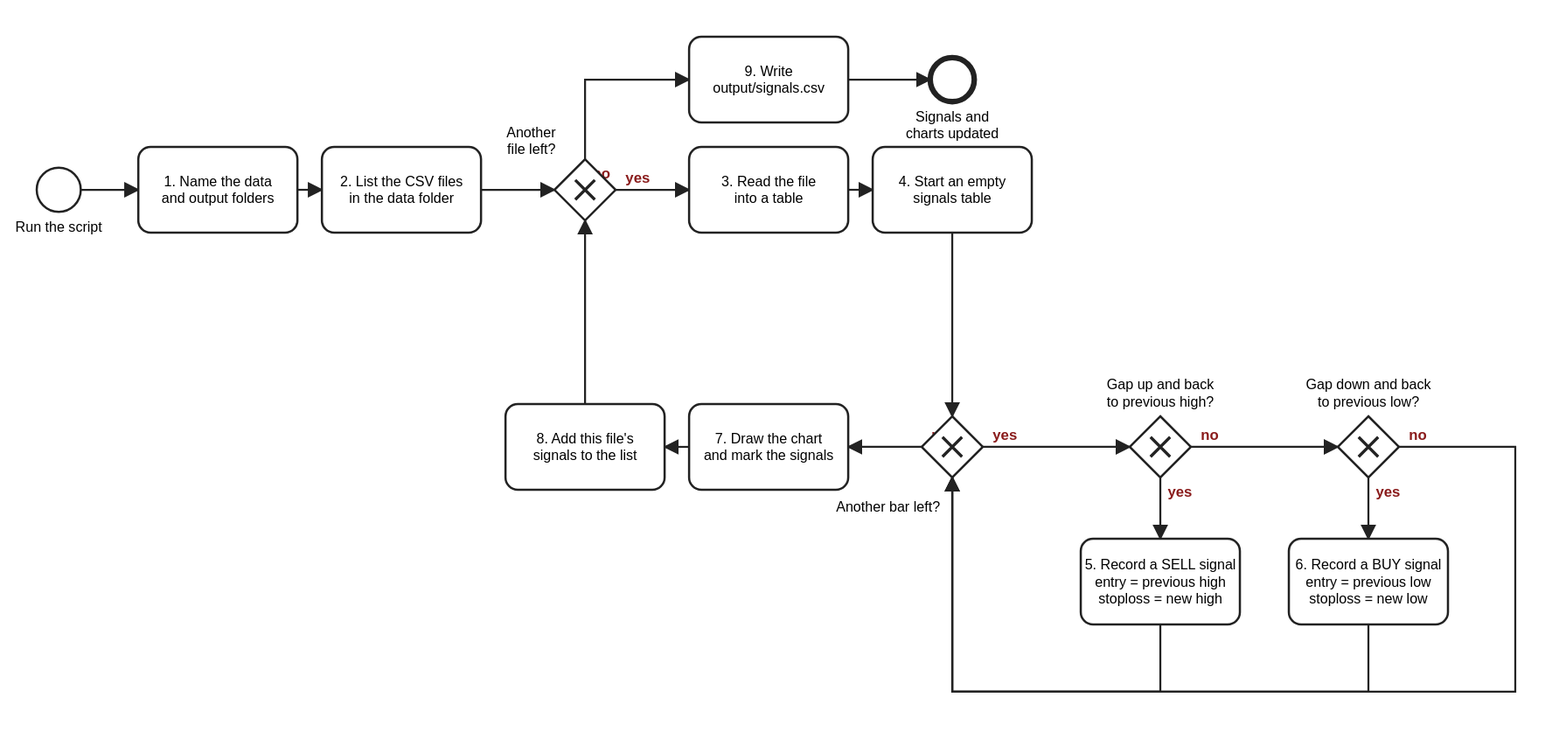
benjiesotelo-sudo/Telos_FIN1209 keeps this BPMN diagram as chapter-07/activity/First Automation FIN1209/First Automation FIN1209 - Example Flowchart.svg. Above is the earlier version. Its source is kept beside it as chapter-07/activity/First Automation FIN1209/First Automation FIN1209 - Example Flowchart.bpmn. Ids are renumbered.
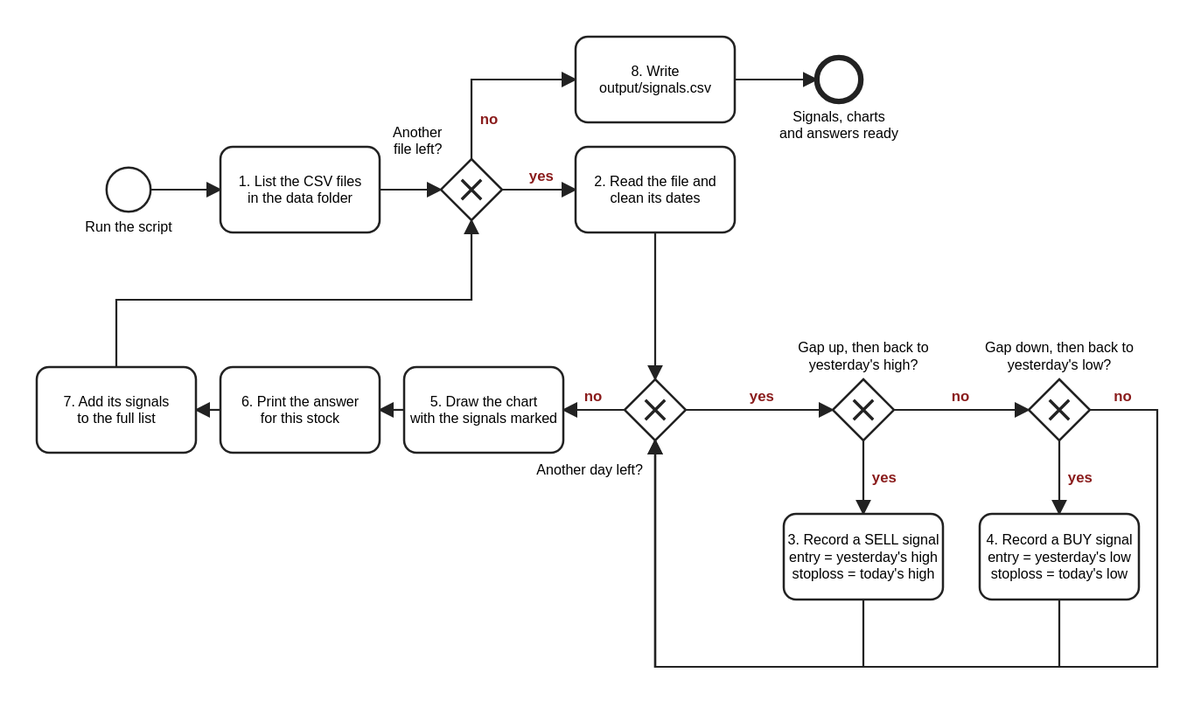
Above is the later version.

Diff of the diagram source:
```diff
@@ -3,87 +3,82 @@
     <bpmn:startEvent id="Start" name="Run the script">
       <bpmn:outgoing>F1</bpmn:outgoing>
     </bpmn:startEvent>
-    <bpmn:task id="T1" name="1. Name the data and output folders">
+    <bpmn:task id="T1" name="1. List the CSV files in the data folder">
       <bpmn:incoming>F1</bpmn:incoming>
       <bpmn:outgoing>F2</bpmn:outgoing>
     </bpmn:task>
-    <bpmn:task id="T2" name="2. List the CSV files in the data folder">
+    <bpmn:exclusiveGateway id="G1" name="Another file left?">
       <bpmn:incoming>F2</bpmn:incoming>
+      <bpmn:incoming>F15</bpmn:incoming>
       <bpmn:outgoing>F3</bpmn:outgoing>
+      <bpmn:outgoing>F16</bpmn:outgoing>
+    </bpmn:exclusiveGateway>
+    <bpmn:task id="T2" name="2. Read the file and clean its dates">
+      <bpmn:incoming>F3</bpmn:incoming>
+      <bpmn:outgoing>F4</bpmn:outgoing>
     </bpmn:task>
-    <bpmn:exclusiveGateway id="G1" name="Another file left?">
-      <bpmn:incoming>F3</bpmn:incoming>
-      <bpmn:incoming>F16</bpmn:incoming>
-      <bpmn:outgoing>F4</bpmn:outgoing>
-      <bpmn:outgoing>F17</bpmn:outgoing>
+    <bpmn:exclusiveGateway id="G2" name="Another day left?">
+      <bpmn:incoming>F4</bpmn:incoming>
+      <bpmn:incoming>F9</bpmn:incoming>
+      <bpmn:incoming>F10</bpmn:incoming>
+      <bpmn:incoming>F11</bpmn:incoming>
+      <bpmn:outgoing>F5</bpmn:outgoing>
+      <bpmn:outgoing>F12</bpmn:outgoing>
     </bpmn:exclusiveGateway>
-    <bpmn:task id="T3" name="3. Read the file into a table">
-      <bpmn:incoming>F4</bpmn:incoming>
-      <bpmn:outgoing>F5</bpmn:outgoing>
-    </bpmn:task>
-    <bpmn:task id="T4" name="4. Start an empty signals table">
+    <bpmn:exclusiveGateway id="G3" name="Gap up, then back to yesterday&#x27;s high?">
       <bpmn:incoming>F5</bpmn:incoming>
       <bpmn:outgoing>F6</bpmn:outgoing>
-    </bpmn:task>
-    <bpmn:exclusiveGateway id="G2" name="Another bar left?">
-      <bpmn:incoming>F6</bpmn:incoming>
-      <bpmn:incoming>F11</bpmn:incoming>
-      <bpmn:incoming>F12</bpmn:incoming>
-      <bpmn:incoming>F13</bpmn:incoming>
       <bpmn:outgoing>F7</bpmn:outgoing>
-      <bpmn:outgoing>F14</bpmn:outgoing>
     </bpmn:exclusiveGateway>
-    <bpmn:exclusiveGateway id="G3" name="Gap up and price back to the previous high?">
+    <bpmn:exclusiveGateway id="G4" name="Gap down, then back to yesterday&#x27;s low?">
       <bpmn:incoming>F7</bpmn:incoming>
       <bpmn:outgoing>F8</bpmn:outgoing>
+      <bpmn:outgoing>F11</bpmn:outgoing>
+    </bpmn:exclusiveGateway>
+    <bpmn:task id="T3" name="3. Record a SELL signal entry = yesterday&#x27;s high stoploss = today&#x27;s high">
+      <bpmn:incoming>F6</bpmn:incoming>
       <bpmn:outgoing>F9</bpmn:outgoing>
-    </bpmn:exclusiveGateway>
-    <bpmn:exclusiveGateway id="G4" name="Gap down and price back to the previous low?">
-      <bpmn:incoming>F9</bpmn:incoming>
+    </bpmn:task>
+    <bpmn:task id="T4" name="4. Record a BUY signal entry = yesterday&#x27;s low stoploss = today&#x27;s low">
+      <bpmn:incoming>F8</bpmn:incoming>
       <bpmn:outgoing>F10</bpmn:outgoing>
+    </bpmn:task>
+    <bpmn:task id="T5" name="5. Draw the chart with the signals marked">
+      <bpmn:incoming>F12</bpmn:incoming>
       <bpmn:outgoing>F13</bpmn:outgoing>
-    </bpmn:exclusiveGateway>
-    <bpmn:task id="T5" name="5. Record a SELL signal entry = previous high stoploss = new high">
-      <bpmn:incoming>F8</bpmn:incoming>
-      <bpmn:outgoing>F11</bpmn:outgoing>
     </bpmn:task>
-    <bpmn:task id="T6" name="6. Record a BUY signal entry = previous low stoploss = new low">
-      <bpmn:incoming>F10</bpmn:incoming>
-      <bpmn:outgoing>F12</bpmn:outgoing>
+    <bpmn:task id="T6" name="6. Print the answer for this stock">
+      <bpmn:incoming>F13</bpmn:incoming>
+      <bpmn:outgoing>F14</bpmn:outgoing>
     </bpmn:task>
-    <bpmn:task id="T7" name="7. Draw the chart and mark the signals">
+    <bpmn:task id="T7" name="7. Add its signals to the full list">
       <bpmn:incoming>F14</bpmn:incoming>
       <bpmn:outgoing>F15</bpmn:outgoing>
     </bpmn:task>
-    <bpmn:task id="T8" name="8. Add this file&#x27;s signals to the list">
-      <bpmn:incoming>F15</bpmn:incoming>
-      <bpmn:outgoing>F16</bpmn:outgoing>
+    <bpmn:task id="T8" name="8. Write output/signals.csv">
+      <bpmn:incoming>F16</bpmn:incoming>
+      <bpmn:outgoing>F17</bpmn:outgoing>
     </bpmn:task>
-    <bpmn:task id="T9" name="9. Write output/signals.csv">
+    <bpmn:endEvent id="End" name="Signals, charts and answers ready">
       <bpmn:incoming>F17</bpmn:incoming>
-      <bpmn:outgoing>F18</bpmn:outgoing>
-    </bpmn:task>
-    <bpmn:endEvent id="End" name="Signals and charts updated">
-      <bpmn:incoming>F18</bpmn:incoming>
     </bpmn:endEvent>
     <bpmn:sequenceFlow id="F1" sourceRef="Start" targetRef="T1" />
-    <bpmn:sequenceFlow id="F2" sourceRef="T1" targetRef="T2" />
-    <bpmn:sequenceFlow id="F3" sourceRef="T2" targetRef="G1" />
-    <bpmn:sequenceFlow id="F4" name="yes" sourceRef="G1" targetRef="T3" />
-    <bpmn:sequenceFlow id="F5" sourceRef="T3" targetRef="T4" />
-    <bpmn:sequenceFlow id="F6" sourceRef="T4" targetRef="G2" />
-    <bpmn:sequenceFlow id="F7" name="yes" sourceRef="G2" targetRef="G3" />
-    <bpmn:sequenceFlow id="F8" name="yes" sourceRef="G3" targetRef="T5" />
-    <bpmn:sequenceFlow id="F9" name="no" sourceRef="G3" targetRef="G4" />
-    <bpmn:sequenceFlow id="F10" name="yes" sourceRef="G4" targetRef="T6" />
-    <bpmn:sequenceFlow id="F11" sourceRef="T5" targetRef="G2" />
-    <bpmn:sequenceFlow id="F12" sourceRef="T6" targetRef="G2" />
-    <bpmn:sequenceFlow id="F13" name="no" sourceRef="G4" targetRef="G2" />
-    <bpmn:sequenceFlow id="F14" name="no" sourceRef="G2" targetRef="T7" />
-    <bpmn:sequenceFlow id="F15" sourceRef="T7" targetRef="T8" />
-    <bpmn:sequenceFlow id="F16" sourceRef="T8" targetRef="G1" />
-    <bpmn:sequenceFlow id="F17" name="no" sourceRef="G1" targetRef="T9" />
-    <bpmn:sequenceFlow id="F18" sourceRef="T9" targetRef="End" />
+    <bpmn:sequenceFlow id="F2" sourceRef="T1" targetRef="G1" />
+    <bpmn:sequenceFlow id="F3" name="yes" sourceRef="G1" targetRef="T2" />
+    <bpmn:sequenceFlow id="F4" sourceRef="T2" targetRef="G2" />
+    <bpmn:sequenceFlow id="F5" name="yes" sourceRef="G2" targetRef="G3" />
+    <bpmn:sequenceFlow id="F6" name="yes" sourceRef="G3" targetRef="T3" />
+    <bpmn:sequenceFlow id="F7" name="no" sourceRef="G3" targetRef="G4" />
+    <bpmn:sequenceFlow id="F8" name="yes" sourceRef="G4" targetRef="T4" />
+    <bpmn:sequenceFlow id="F9" sourceRef="T3" targetRef="G2" />
+    <bpmn:sequenceFlow id="F10" sourceRef="T4" targetRef="G2" />
+    <bpmn:sequenceFlow id="F11" name="no" sourceRef="G4" targetRef="G2" />
+    <bpmn:sequenceFlow id="F12" name="no" sourceRef="G2" targetRef="T5" />
+    <bpmn:sequenceFlow id="F13" sourceRef="T5" targetRef="T6" />
+    <bpmn:sequenceFlow id="F14" sourceRef="T6" targetRef="T7" />
+    <bpmn:sequenceFlow id="F15" sourceRef="T7" targetRef="G1" />
+    <bpmn:sequenceFlow id="F16" name="no" sourceRef="G1" targetRef="T8" />
+    <bpmn:sequenceFlow id="F17" sourceRef="T8" targetRef="End" />
   </bpmn:process>
   <bpmndi:BPMNDiagram id="Diagram_OopsExample">
     <bpmndi:BPMNPlane id="Plane_OopsExample" bpmnElement="OopsExample">
@@ -92,131 +87,126 @@
         <bpmndi:BPMNLabel><dc:Bounds x="0" y="172" width="120" height="27" /></bpmndi:BPMNLabel>
       </bpmndi:BPMNShape>
       <bpmndi:BPMNShape id="T1_di" bpmnElement="T1">
-        <dc:Bounds x="125" y="115" width="130" height="70" />
+        <dc:Bounds x="135" y="115" width="130" height="70" />
+      </bpmndi:BPMNShape>
+      <bpmndi:BPMNShape id="G1_di" bpmnElement="G1" isMarkerVisible="true">
+        <dc:Bounds x="315" y="125" width="50" height="50" />
+        <bpmndi:BPMNLabel><dc:Bounds x="205" y="94" width="120" height="27" /></bpmndi:BPMNLabel>
       </bpmndi:BPMNShape>
       <bpmndi:BPMNShape id="T2_di" bpmnElement="T2">
-        <dc:Bounds x="275" y="115" width="130" height="70" />
+        <dc:Bounds x="425" y="115" width="130" height="70" />
       </bpmndi:BPMNShape>
-      <bpmndi:BPMNShape id="G1_di" bpmnElement="G1" isMarkerVisible="true">
-        <dc:Bounds x="465" y="125" width="50" height="50" />
-        <bpmndi:BPMNLabel><dc:Bounds x="355" y="94" width="120" height="27" /></bpmndi:BPMNLabel>
+      <bpmndi:BPMNShape id="G2_di" bpmnElement="G2" isMarkerVisible="true">
+        <dc:Bounds x="465" y="305" width="50" height="50" />
+        <bpmndi:BPMNLabel><dc:Bounds x="355" y="369" width="120" height="27" /></bpmndi:BPMNLabel>
+      </bpmndi:BPMNShape>
+      <bpmndi:BPMNShape id="G3_di" bpmnElement="G3" isMarkerVisible="true">
+        <dc:Bounds x="635" y="305" width="50" height="50" />
+        <bpmndi:BPMNLabel><dc:Bounds x="600" y="274" width="120" height="27" /></bpmndi:BPMNLabel>
+      </bpmndi:BPMNShape>
+      <bpmndi:BPMNShape id="G4_di" bpmnElement="G4" isMarkerVisible="true">
+        <dc:Bounds x="795" y="305" width="50" height="50" />
+        <bpmndi:BPMNLabel><dc:Bounds x="760" y="274" width="120" height="27" /></bpmndi:BPMNLabel>
       </bpmndi:BPMNShape>
       <bpmndi:BPMNShape id="T3_di" bpmnElement="T3">
-        <dc:Bounds x="575" y="115" width="130" height="70" />
+        <dc:Bounds x="595" y="415" width="130" height="70" />
       </bpmndi:BPMNShape>
       <bpmndi:BPMNShape id="T4_di" bpmnElement="T4">
-        <dc:Bounds x="725" y="115" width="130" height="70" />
-      </bpmndi:BPMNShape>
-      <bpmndi:BPMNShape id="G2_di" bpmnElement="G2" isMarkerVisible="true">
-        <dc:Bounds x="765" y="335" width="50" height="50" />
-        <bpmndi:BPMNLabel><dc:Bounds x="655" y="399" width="120" height="27" /></bpmndi:BPMNLabel>
-      </bpmndi:BPMNShape>
-      <bpmndi:BPMNShape id="G3_di" bpmnElement="G3" isMarkerVisible="true">
-        <dc:Bounds x="935" y="335" width="50" height="50" />
-        <bpmndi:BPMNLabel><dc:Bounds x="900" y="304" width="120" height="27" /></bpmndi:BPMNLabel>
-      </bpmndi:BPMNShape>
-      <bpmndi:BPMNShape id="G4_di" bpmnElement="G4" isMarkerVisible="true">
-        <dc:Bounds x="1105" y="335" width="50" height="50" />
-        <bpmndi:BPMNLabel><dc:Bounds x="1070" y="304" width="120" height="27" /></bpmndi:BPMNLabel>
+        <dc:Bounds x="755" y="415" width="130" height="70" />
       </bpmndi:BPMNShape>
       <bpmndi:BPMNShape id="T5_di" bpmnElement="T5">
-        <dc:Bounds x="895" y="435" width="130" height="70" />
+        <dc:Bounds x="285" y="295" width="130" height="70" />
       </bpmndi:BPMNShape>
       <bpmndi:BPMNShape id="T6_di" bpmnElement="T6">
-        <dc:Bounds x="1065" y="435" width="130" height="70" />
+        <dc:Bounds x="135" y="295" width="130" height="70" />
       </bpmndi:BPMNShape>
       <bpmndi:BPMNShape id="T7_di" bpmnElement="T7">
-        <dc:Bounds x="575" y="325" width="130" height="70" />
+        <dc:Bounds x="-15" y="295" width="130" height="70" />
       </bpmndi:BPMNShape>
       <bpmndi:BPMNShape id="T8_di" bpmnElement="T8">
-        <dc:Bounds x="425" y="325" width="130" height="70" />
-      </bpmndi:BPMNShape>
-      <bpmndi:BPMNShape id="T9_di" bpmnElement="T9">
-        <dc:Bounds x="575" y="25" width="130" height="70" />
+        <dc:Bounds x="425" y="25" width="130" height="70" />
       </bpmndi:BPMNShape>
       <bpmndi:BPMNShape id="End_di" bpmnElement="End">
-        <dc:Bounds x="772" y="42" width="36" height="36" />
-        <bpmndi:BPMNLabel><dc:Bounds x="730" y="82" width="120" height="27" /></bpmndi:BPMNLabel>
+        <dc:Bounds x="622" y="42" width="36" height="36" />
+        <bpmndi:BPMNLabel><dc:Bounds x="580" y="82" width="120" height="27" /></bpmndi:BPMNLabel>
       </bpmndi:BPMNShape>
       <bpmndi:BPMNEdge id="F1_di" bpmnElement="F1">
         <di:waypoint x="78" y="150" />
-        <di:waypoint x="125" y="150" />
+        <di:waypoint x="135" y="150" />
       </bpmndi:BPMNEdge>
       <bpmndi:BPMNEdge id="F2_di" bpmnElement="F2">
-        <di:waypoint x="255" y="150" />
-        <di:waypoint x="275" y="150" />
+        <di:waypoint x="265" y="150" />
+        <di:waypoint x="315" y="150" />
       </bpmndi:BPMNEdge>
       <bpmndi:BPMNEdge id="F3_di" bpmnElement="F3">
-        <di:waypoint x="405" y="150" />
-        <di:waypoint x="465" y="150" />
+        <di:waypoint x="365" y="150" />
+        <di:waypoint x="425" y="150" />
       </bpmndi:BPMNEdge>
       <bpmndi:BPMNEdge id="F4_di" bpmnElement="F4">
-        <di:waypoint x="515" y="150" />
-        <di:waypoint x="575" y="150" />
+        <di:waypoint x="490" y="185" />
+        <di:waypoint x="490" y="305" />
       </bpmndi:BPMNEdge>
       <bpmndi:BPMNEdge id="F5_di" bpmnElement="F5">
-        <di:waypoint x="705" y="150" />
-        <di:waypoint x="725" y="150" />
+        <di:waypoint x="515" y="330" />
+        <di:waypoint x="635" y="330" />
       </bpmndi:BPMNEdge>
       <bpmndi:BPMNEdge id="F6_di" bpmnElement="F6">
-        <di:waypoint x="790" y="185" />
-        <di:waypoint x="790" y="335" />
+        <di:waypoint x="660" y="355" />
+        <di:waypoint x="660" y="415" />
       </bpmndi:BPMNEdge>
       <bpmndi:BPMNEdge id="F7_di" bpmnElement="F7">
-        <di:waypoint x="815" y="360" />
-        <di:waypoint x="935" y="360" />
+        <di:waypoint x="685" y="330" />
+        <di:waypoint x="795" y="330" />
       </bpmndi:BPMNEdge>
       <bpmndi:BPMNEdge id="F8_di" bpmnElement="F8">
-        <di:waypoint x="960" y="385" />
-        <di:waypoint x="960" y="435" />
+        <di:waypoint x="820" y="355" />
+        <di:waypoint x="820" y="415" />
       </bpmndi:BPMNEdge>
       <bpmndi:BPMNEdge id="F9_di" bpmnElement="F9">
-        <di:waypoint x="985" y="360" />
-        <di:waypoint x="1105" y="360" />
+        <di:waypoint x="660" y="485" />
+        <di:waypoint x="660" y="540" />
+        <di:waypoint x="490" y="540" />
+        <di:waypoint x="490" y="355" />
       </bpmndi:BPMNEdge>
       <bpmndi:BPMNEdge id="F10_di" bpmnElement="F10">
-        <di:waypoint x="1130" y="385" />
-        <di:waypoint x="1130" y="435" />
+        <di:waypoint x="820" y="485" />
+        <di:waypoint x="820" y="540" />
+        <di:waypoint x="490" y="540" />
+        <di:waypoint x="490" y="355" />
       </bpmndi:BPMNEdge>
       <bpmndi:BPMNEdge id="F11_di" bpmnElement="F11">
-        <di:waypoint x="960" y="505" />
-        <di:waypoint x="960" y="560" />
-        <di:waypoint x="790" y="560" />
-        <di:waypoint x="790" y="385" />
+        <di:waypoint x="845" y="330" />
+        <di:waypoint x="900" y="330" />
+        <di:waypoint x="900" y="540" />
+        <di:waypoint x="490" y="540" />
+        <di:waypoint x="490" y="355" />
       </bpmndi:BPMNEdge>
       <bpmndi:BPMNEdge id="F12_di" bpmnElement="F12">
-        <di:waypoint x="1130" y="505" />
-        <di:waypoint x="1130" y="560" />
-        <di:waypoint x="790" y="560" />
-        <di:waypoint x="790" y="385" />
+        <di:waypoint x="465" y="330" />
+        <di:waypoint x="415" y="330" />
       </bpmndi:BPMNEdge>
       <bpmndi:BPMNEdge id="F13_di" bpmnElement="F13">
-        <di:waypoint x="1155" y="360" />
-        <di:waypoint x="1250" y="360" />
-        <di:waypoint x="1250" y="560" />
-        <di:waypoint x="790" y="560" />
-        <di:waypoint x="790" y="385" />
+        <di:waypoint x="285" y="330" />
+        <di:waypoint x="265" y="330" />
       </bpmndi:BPMNEdge>
       <bpmndi:BPMNEdge id="F14_di" bpmnElement="F14">
-        <di:waypoint x="765" y="360" />
-        <di:waypoint x="705" y="360" />
+        <di:waypoint x="135" y="330" />
+        <di:waypoint x="115" y="330" />
       </bpmndi:BPMNEdge>
       <bpmndi:BPMNEdge id="F15_di" bpmnElement="F15">
-        <di:waypoint x="575" y="360" />
-        <di:waypoint x="555" y="360" />
+        <di:waypoint x="50" y="295" />
+        <di:waypoint x="50" y="240" />
+        <di:waypoint x="340" y="240" />
+        <di:waypoint x="340" y="175" />
       </bpmndi:BPMNEdge>
       <bpmndi:BPMNEdge id="F16_di" bpmnElement="F16">
-        <di:waypoint x="490" y="325" />
-        <di:waypoint x="490" y="175" />
+        <di:waypoint x="340" y="125" />
+        <di:waypoint x="340" y="60" />
+        <di:waypoint x="425" y="60" />
       </bpmndi:BPMNEdge>
       <bpmndi:BPMNEdge id="F17_di" bpmnElement="F17">
-        <di:waypoint x="490" y="125" />
-        <di:waypoint x="490" y="60" />
-        <di:waypoint x="575" y="60" />
-      </bpmndi:BPMNEdge>
-      <bpmndi:BPMNEdge id="F18_di" bpmnElement="F18">
-        <di:waypoint x="705" y="60" />
-        <di:waypoint x="772" y="60" />
+        <di:waypoint x="555" y="60" />
+        <di:waypoint x="622" y="60" />
       </bpmndi:BPMNEdge>
     </bpmndi:BPMNPlane>
   </bpmndi:BPMNDiagram>
```
